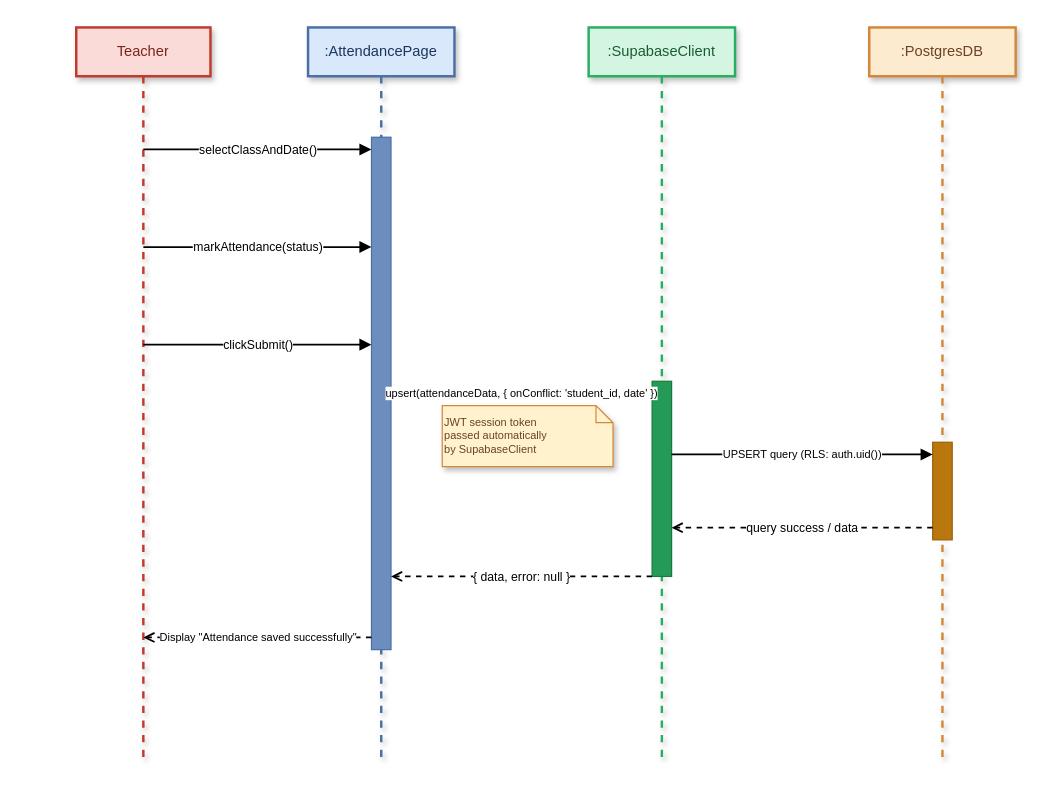
The draw.io diagram design/sequence-diagram.drawio in blissed-out/cse_220_week_8, before the edit. Source tidied: cells renumbered, new cells numbered last; positions are measured from the earlier drawing's top-left corner, leaving out a move shared by most shapes. Both pictures are drawn from the tidied source at 122%, with x=0, y=0 at pixel (76, 27).
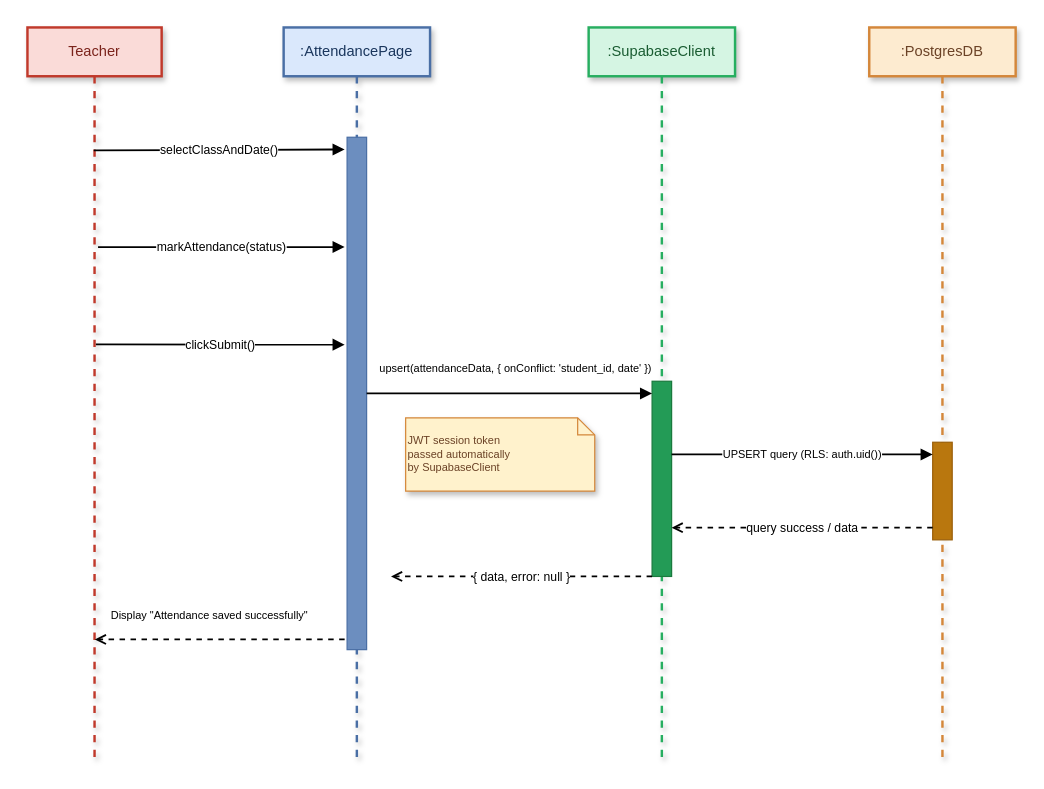
The same diagram, later.

Commit message (it also covers changes not shown here):
fix(design): sequence diagram

Diff of the diagram source:
```diff
@@
     <mxCell id="2" value="Teacher" style="shape=umlLifeline;html=1;shadow=1;strokeWidth=2;fontSize=12;whiteSpace=wrap;overflow=hidden;fillColor=#FADBD8;strokeColor=#C0392B;fontColor=#7B241C;" parent="1" vertex="1">
-      <mxGeometry width="110" height="600" as="geometry" />
+      <mxGeometry x="-40" width="110" height="600" as="geometry" />
     </mxCell>
     <mxCell id="3" value=":AttendancePage" style="shape=umlLifeline;html=1;shadow=1;strokeWidth=2;fontSize=12;whiteSpace=wrap;overflow=hidden;fillColor=#DAE8FC;strokeColor=#4A6FA5;fontColor=#1A365D;" parent="1" vertex="1">
-      <mxGeometry x="190" width="120" height="600" as="geometry" />
+      <mxGeometry x="170" width="120" height="600" as="geometry" />
     </mxCell>
@@
     <mxCell id="6" style="rounded=0;whiteSpace=wrap;html=1;fillColor=#6C8EBF;strokeColor=#4A6FA5;" parent="1" vertex="1">
-      <mxGeometry x="242" y="90" width="16" height="420" as="geometry" />
+      <mxGeometry x="222" y="90" width="16" height="420" as="geometry" />
     </mxCell>
@@
-    <mxCell id="9" value="selectClassAndDate()" style="html=1;rounded=0;fontSize=10;endArrow=block;endFill=1;strokeWidth=1.5;" parent="1" edge="1">
+    <mxCell id="9" value="selectClassAndDate()" style="html=1;rounded=0;fontSize=10;endArrow=block;endFill=1;strokeWidth=1.5;exitX=0.494;exitY=0.168;exitDx=0;exitDy=0;exitPerimeter=0;" parent="1" edge="1" source="2">
       <mxGeometry as="geometry">
-        <mxPoint x="55" y="100" as="sourcePoint" />
-        <mxPoint x="242" y="100" as="targetPoint" />
+        <mxPoint x="220" y="100" as="targetPoint" />
       </mxGeometry>
     </mxCell>
-    <mxCell id="10" value="markAttendance(status)" style="html=1;rounded=0;fontSize=10;endArrow=block;endFill=1;strokeWidth=1.5;" parent="1" edge="1">
+    <mxCell id="10" value="markAttendance(status)" style="html=1;rounded=0;fontSize=10;endArrow=block;endFill=1;strokeWidth=1.5;exitX=0.526;exitY=0.3;exitDx=0;exitDy=0;exitPerimeter=0;" parent="1" edge="1" source="2">
       <mxGeometry as="geometry">
-        <mxPoint x="55" y="180" as="sourcePoint" />
-        <mxPoint x="242" y="180" as="targetPoint" />
+        <mxPoint x="220" y="180" as="targetPoint" />
       </mxGeometry>
     </mxCell>
-    <mxCell id="11" value="clickSubmit()" style="html=1;rounded=0;fontSize=10;endArrow=block;endFill=1;strokeWidth=1.5;" parent="1" edge="1">
+    <mxCell id="11" value="clickSubmit()" style="html=1;rounded=0;fontSize=10;endArrow=block;endFill=1;strokeWidth=1.5;exitX=0.51;exitY=0.433;exitDx=0;exitDy=0;exitPerimeter=0;" parent="1" edge="1" source="2">
       <mxGeometry as="geometry">
-        <mxPoint x="55" y="260" as="sourcePoint" />
-        <mxPoint x="242" y="260" as="targetPoint" />
+        <mxPoint x="220" y="260" as="targetPoint" />
       </mxGeometry>
     </mxCell>
-    <mxCell id="12" value="upsert(attendanceData, { onConflict: 'student_id, date' })" style="html=1;rounded=0;fontSize=9;endArrow=block;endFill=1;strokeWidth=1.5;" parent="1" edge="1">
+    <mxCell id="12" value="upsert(attendanceData, { onConflict: 'student_id, date' })" style="html=1;rounded=0;fontSize=9;endArrow=block;endFill=1;strokeWidth=1.5;exitX=1;exitY=0.5;exitDx=0;exitDy=0;" parent="1" edge="1" source="6">
       <mxGeometry as="geometry">
-        <mxPoint x="258" y="300" as="sourcePoint" />
         <mxPoint x="472" y="300" as="targetPoint" />
+        <mxPoint x="5" y="-20" as="offset" />
       </mxGeometry>
     </mxCell>
     <mxCell id="13" value="JWT session token&#10;passed automatically&#10;by SupabaseClient" style="shape=note;size=14;html=1;shadow=1;strokeWidth=1;fontSize=9;fillColor=#FFF2CC;strokeColor=#D4873A;fontColor=#6B4226;whiteSpace=wrap;align=left;" parent="1" vertex="1">
-      <mxGeometry x="300" y="310" width="140" height="50" as="geometry" />
+      <mxGeometry x="270" y="320" width="155" height="60" as="geometry" />
     </mxCell>
@@
-    <mxCell id="17" value="Display &quot;Attendance saved successfully&quot;" style="html=1;rounded=0;fontSize=9;dashed=1;endArrow=open;endFill=0;strokeWidth=1.5;" parent="1" edge="1">
+    <mxCell id="17" value="Display &quot;Attendance saved successfully&quot;" style="html=1;rounded=0;fontSize=9;dashed=1;endArrow=open;endFill=0;strokeWidth=1.5;entryX=0.502;entryY=0.836;entryDx=0;entryDy=0;entryPerimeter=0;" parent="1" edge="1" target="2">
       <mxGeometry as="geometry">
-        <mxPoint x="242" y="500" as="sourcePoint" />
-        <mxPoint x="55" y="500" as="targetPoint" />
+        <mxPoint x="220" y="501.6" as="sourcePoint" />
+        <mxPoint x="-9" y="-20" as="offset" />
       </mxGeometry>
     </mxCell>
```
